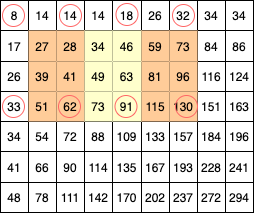
This is 2021/04/27/人脸检测之Haar特征介绍/haar-x3-special.drawio.png from YlJava110/GitText, a draw.io export, as it was before one commit. Source tidied: cells renumbered, new cells last; positions are measured from the earlier drawing's top-left corner, leaving out a move shared by most shapes.
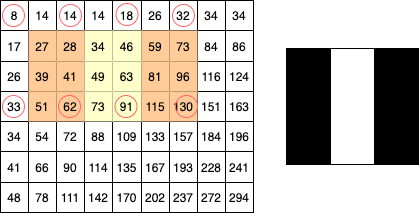
The same diagram one commit later.

Diff of the diagram source:
```diff
@@ -239,5 +239,14 @@
     <mxCell id="80" style="ellipse;whiteSpace=wrap;html=1;fontColor=#FFFFFF;fillColor=none;strokeColor=#FF6666;" parent="1" vertex="1">
       <mxGeometry x="172" y="4" width="22" height="22" as="geometry" />
     </mxCell>
+    <mxCell id="81" style="rounded=0;whiteSpace=wrap;html=1;fillColor=#000000;" parent="1" vertex="1">
+      <mxGeometry x="286" y="48" width="44" height="116" as="geometry" />
+    </mxCell>
+    <mxCell id="82" style="rounded=0;whiteSpace=wrap;html=1;" parent="1" vertex="1">
+      <mxGeometry x="330" y="48" width="44" height="116" as="geometry" />
+    </mxCell>
+    <mxCell id="83" style="rounded=0;whiteSpace=wrap;html=1;fillColor=#000000;" parent="1" vertex="1">
+      <mxGeometry x="374" y="48" width="44" height="116" as="geometry" />
+    </mxCell>
   </root>
 </mxGraphModel>
```
